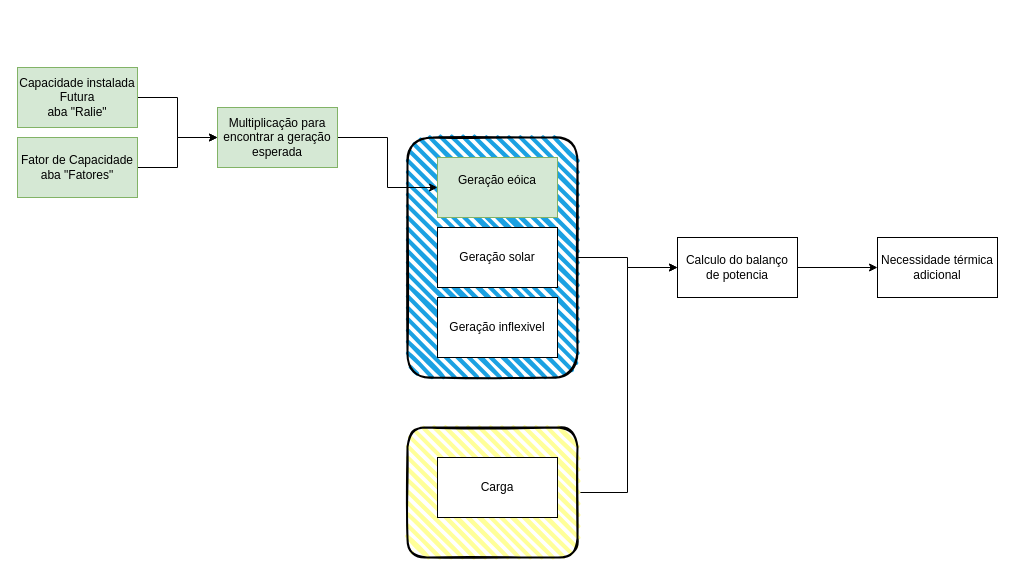
This is custo de oportunidade.drawio from thais-alves-carvalho/thaisalves, a draw.io file, before an edit. Source tidied: cells renumbered, new cells numbered last; positions are measured from the earlier drawing's top-left corner, leaving out a move shared by most shapes. Both pictures are drawn from the tidied source at 100%, with x=0, y=0 at pixel (17, 67).
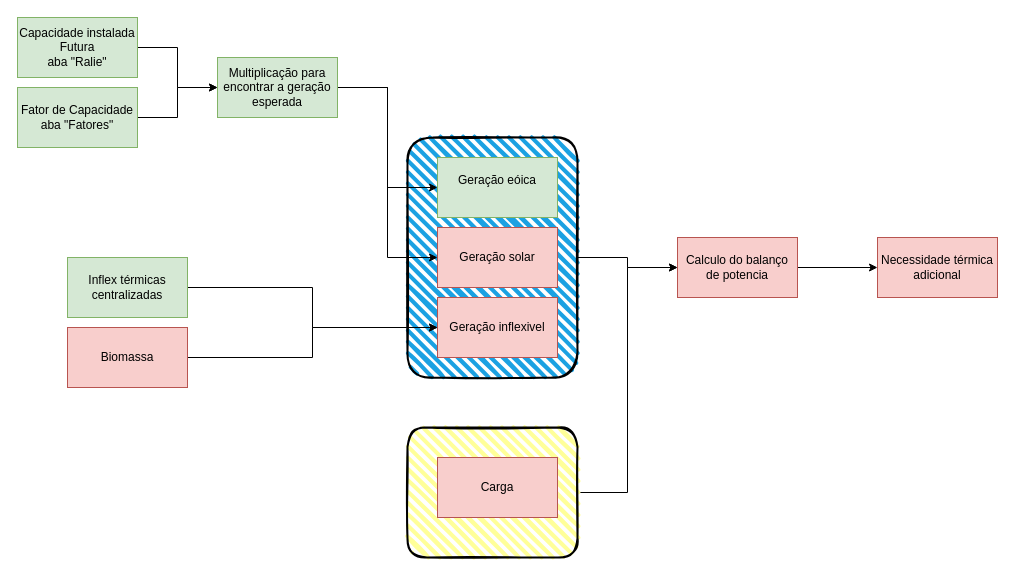
The same page after the edit.

Diff of the diagram source:
```diff
@@
-    <mxCell id="7" value="Calculo do balanço de potencia" style="rounded=0;whiteSpace=wrap;html=1;" parent="1" vertex="1">
+    <mxCell id="7" value="Calculo do balanço de potencia" style="rounded=0;whiteSpace=wrap;html=1;fillColor=#f8cecc;strokeColor=#b85450;" parent="1" vertex="1">
       <mxGeometry x="660" y="170" width="120" height="60" as="geometry" />
     </mxCell>
@@
-    <mxCell id="9" value="Necessidade térmica adicional" style="rounded=0;whiteSpace=wrap;html=1;" parent="1" vertex="1">
+    <mxCell id="9" value="Necessidade térmica adicional" style="rounded=0;whiteSpace=wrap;html=1;fillColor=#f8cecc;strokeColor=#b85450;" parent="1" vertex="1">
       <mxGeometry x="860" y="170" width="120" height="60" as="geometry" />
     </mxCell>
-    <mxCell id="10" value="Geração solar" style="rounded=0;whiteSpace=wrap;html=1;" parent="1" vertex="1">
+    <mxCell id="10" value="Geração solar" style="rounded=0;whiteSpace=wrap;html=1;fillColor=#f8cecc;strokeColor=#b85450;" parent="1" vertex="1">
       <mxGeometry x="420" y="160" width="120" height="60" as="geometry" />
     </mxCell>
-    <mxCell id="11" value="Geração inflexivel" style="rounded=0;whiteSpace=wrap;html=1;" parent="1" vertex="1">
+    <mxCell id="11" value="Geração inflexivel" style="rounded=0;whiteSpace=wrap;html=1;fillColor=#f8cecc;strokeColor=#b85450;" parent="1" vertex="1">
       <mxGeometry x="420" y="230" width="120" height="60" as="geometry" />
     </mxCell>
-    <mxCell id="12" value="Carga" style="rounded=0;whiteSpace=wrap;html=1;" parent="1" vertex="1">
+    <mxCell id="12" value="Carga" style="rounded=0;whiteSpace=wrap;html=1;fillColor=#f8cecc;strokeColor=#b85450;" parent="1" vertex="1">
       <mxGeometry x="420" y="390" width="120" height="60" as="geometry" />
     </mxCell>
@@
     <mxCell id="14" value="&lt;div&gt;Capacidade instalada Futura&lt;/div&gt;&lt;div&gt;aba &quot;Ralie&quot;&lt;/div&gt;" style="rounded=0;whiteSpace=wrap;html=1;fillColor=#d5e8d4;strokeColor=#82b366;" parent="1" vertex="1">
-      <mxGeometry width="120" height="60" as="geometry" />
+      <mxGeometry y="-50" width="120" height="60" as="geometry" />
     </mxCell>
@@
     <mxCell id="16" value="&lt;div&gt;Fator de Capacidade&lt;/div&gt;&lt;div&gt;aba &quot;Fatores&quot;&lt;/div&gt;" style="rounded=0;whiteSpace=wrap;html=1;fillColor=#d5e8d4;strokeColor=#82b366;" parent="1" vertex="1">
-      <mxGeometry y="70" width="120" height="60" as="geometry" />
+      <mxGeometry y="20" width="120" height="60" as="geometry" />
     </mxCell>
@@
+    <mxCell id="19" style="edgeStyle=orthogonalEdgeStyle;rounded=0;jettySize=auto;html=1;entryX=0;entryY=0.5;entryDx=0;entryDy=0;" parent="1" edge="1" source="18" target="10">
+      <mxGeometry relative="1" as="geometry" />
+    </mxCell>
     <mxCell id="18" value="&lt;div&gt;Multiplicação para encontrar a geração esperada&lt;/div&gt;" style="rounded=0;whiteSpace=wrap;html=1;fillColor=#d5e8d4;strokeColor=#82b366;" parent="1" vertex="1">
-      <mxGeometry x="200" y="40" width="120" height="60" as="geometry" />
+      <mxGeometry x="200" y="-10" width="120" height="60" as="geometry" />
     </mxCell>
+    <mxCell id="20" style="edgeStyle=orthogonalEdgeStyle;rounded=0;jettySize=auto;html=1;entryX=0;entryY=0.5;entryDx=0;entryDy=0;" parent="1" edge="1" source="21" target="11">
+      <mxGeometry relative="1" as="geometry" />
+    </mxCell>
+    <mxCell id="21" value="Inflex térmicas centralizadas" style="rounded=0;whiteSpace=wrap;html=1;fillColor=#d5e8d4;strokeColor=#82b366;" parent="1" vertex="1">
+      <mxGeometry x="50" y="190" width="120" height="60" as="geometry" />
+    </mxCell>
+    <mxCell id="22" style="edgeStyle=orthogonalEdgeStyle;rounded=0;jettySize=auto;html=1;entryX=0;entryY=0.5;entryDx=0;entryDy=0;" parent="1" edge="1" source="23" target="11">
+      <mxGeometry relative="1" as="geometry" />
+    </mxCell>
+    <mxCell id="23" value="Biomassa" style="rounded=0;whiteSpace=wrap;html=1;fillColor=#f8cecc;strokeColor=#b85450;" parent="1" vertex="1">
+      <mxGeometry x="50" y="260" width="120" height="60" as="geometry" />
+    </mxCell>
```
